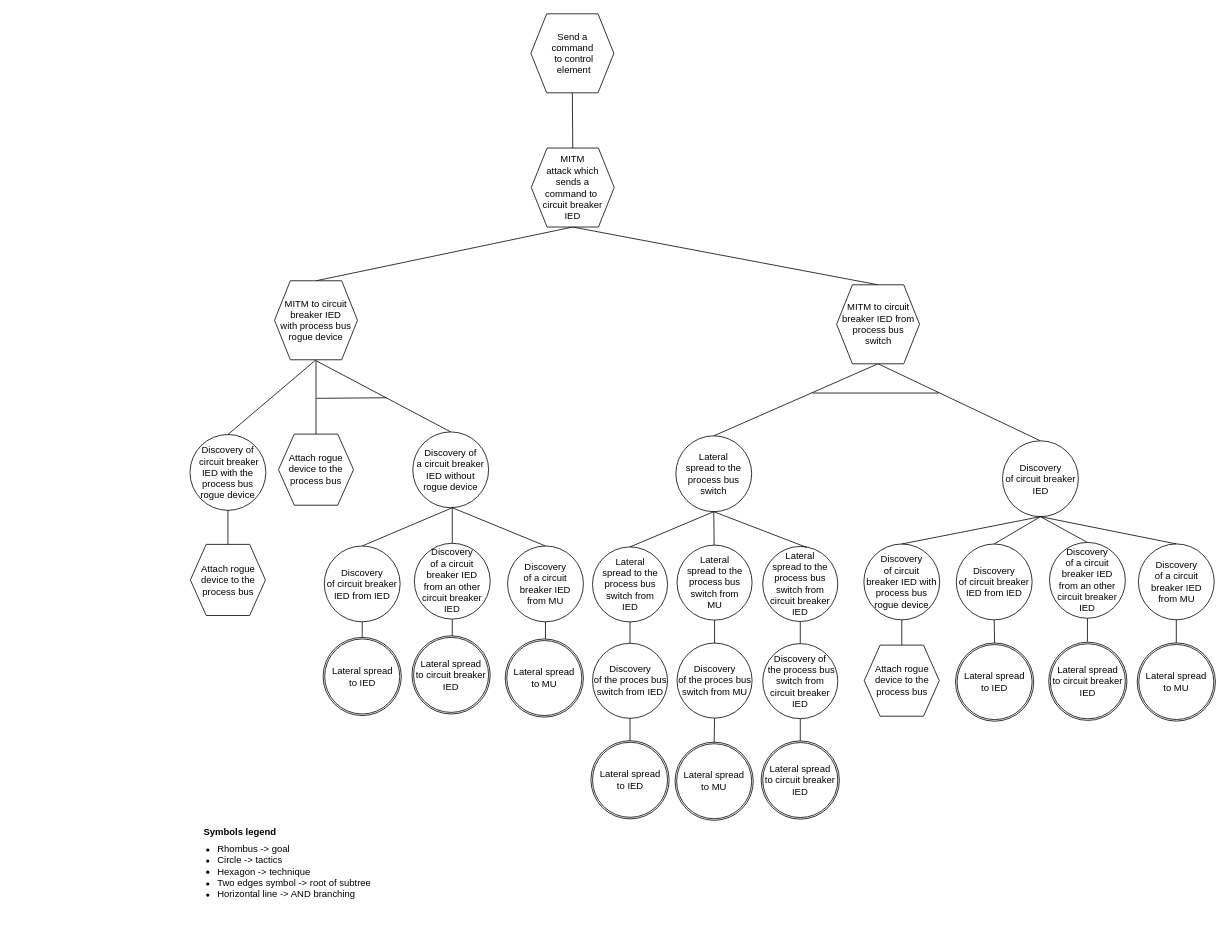
Above: drawIO_trees/solution_5_4.drawio in mihaelM/Attack_trees (draw.io), before the change. Source tidied: cells renumbered, new cells numbered last; positions are measured from the earlier drawing's top-left corner, leaving out a move shared by most shapes. Both pictures are drawn from the tidied source at 79%, with x=0, y=0 at pixel (184, 13).
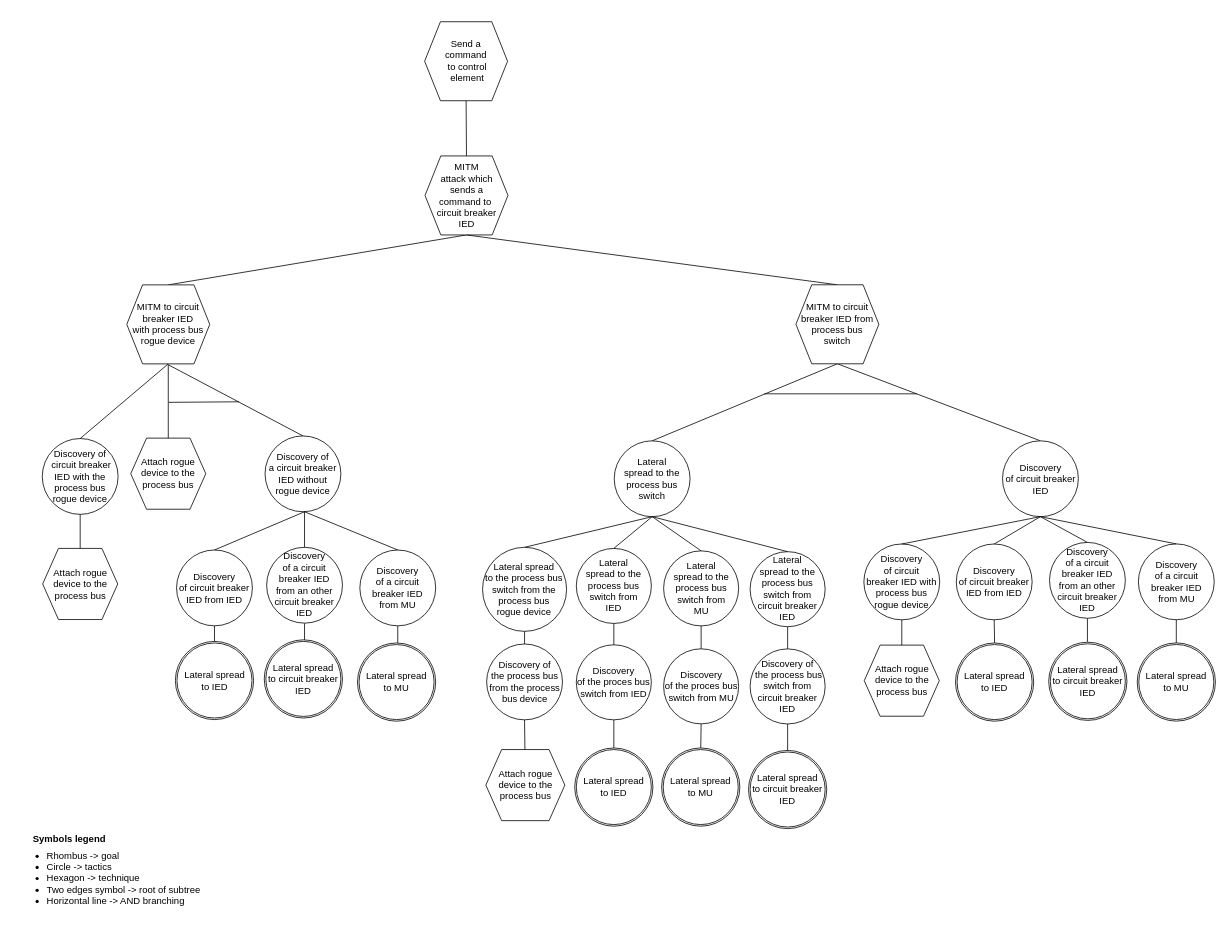
The same page after the edit.

The edit, as a diff of the source:
```diff
@@
     <mxCell id="2" value="&lt;span style=&quot;font-family: &amp;#34;helvetica&amp;#34;&quot;&gt;Send a&lt;/span&gt;&lt;br style=&quot;font-family: &amp;#34;helvetica&amp;#34;&quot;&gt;&lt;span style=&quot;font-family: &amp;#34;helvetica&amp;#34;&quot;&gt;command&lt;/span&gt;&lt;br style=&quot;font-family: &amp;#34;helvetica&amp;#34;&quot;&gt;&lt;span style=&quot;font-family: &amp;#34;helvetica&amp;#34;&quot;&gt;&amp;nbsp;to control&lt;/span&gt;&lt;br style=&quot;font-family: &amp;#34;helvetica&amp;#34;&quot;&gt;&lt;span style=&quot;font-family: &amp;#34;helvetica&amp;#34;&quot;&gt;&amp;nbsp;element&lt;/span&gt;" style="shape=hexagon;perimeter=hexagonPerimeter2;whiteSpace=wrap;html=1;fixedSize=1;" parent="1" vertex="1">
-      <mxGeometry x="438.5" width="105" height="100" as="geometry" />
+      <mxGeometry x="304" y="10" width="105" height="100" as="geometry" />
     </mxCell>
     <mxCell id="3" value="&lt;ul&gt;&lt;li&gt;&lt;span&gt;Rhombus -&amp;gt; goal&lt;/span&gt;&lt;/li&gt;&lt;li&gt;&lt;span&gt;Circle -&amp;gt; tactics&lt;/span&gt;&lt;br&gt;&lt;/li&gt;&lt;li&gt;Hexagon -&amp;gt; technique&lt;/li&gt;&lt;li&gt;Two edges symbol -&amp;gt; root of subtree&lt;/li&gt;&lt;li&gt;Horizontal line -&amp;gt; AND branching&lt;/li&gt;&lt;/ul&gt;" style="text;strokeColor=none;fillColor=none;html=1;whiteSpace=wrap;verticalAlign=middle;overflow=hidden;fontSize=12;" parent="1" vertex="1">
-      <mxGeometry y="1023.4" width="256" height="124.6" as="geometry" />
+      <mxGeometry x="-216" y="1031.9" width="256" height="124.6" as="geometry" />
     </mxCell>
@@
     <mxCell id="6" value="MITM &lt;br&gt;attack which&lt;br&gt;sends a &lt;br&gt;command to&amp;nbsp;&lt;br&gt;circuit breaker &lt;br&gt;IED" style="shape=hexagon;perimeter=hexagonPerimeter2;whiteSpace=wrap;html=1;fixedSize=1;" parent="1" vertex="1">
-      <mxGeometry x="439" y="169.9" width="105" height="100" as="geometry" />
+      <mxGeometry x="304.5" y="179.9" width="105" height="100" as="geometry" />
     </mxCell>
     <mxCell id="7" value="Lateral&lt;br&gt;&amp;nbsp;spread to the&amp;nbsp;&lt;br&gt;process bus switch" style="ellipse;whiteSpace=wrap;html=1;" parent="1" vertex="1">
-      <mxGeometry x="622" y="534.2" width="96" height="96" as="geometry" />
+      <mxGeometry x="544" y="540.5" width="96" height="96" as="geometry" />
     </mxCell>
@@
     <mxCell id="10" style="endArrow=none;html=1;rounded=0;" parent="1" edge="1">
       <mxGeometry relative="1" as="geometry">
-        <mxPoint x="795" y="480" as="sourcePoint" />
-        <mxPoint x="955" y="480" as="targetPoint" />
+        <mxPoint x="734" y="481" as="sourcePoint" />
+        <mxPoint x="927" y="481" as="targetPoint" />
       </mxGeometry>
     </mxCell>
@@
     <mxCell id="13" value="MITM to circuit breaker IED from process bus &lt;br&gt;switch" style="shape=hexagon;perimeter=hexagonPerimeter2;whiteSpace=wrap;html=1;fixedSize=1;" parent="1" vertex="1">
-      <mxGeometry x="825.5" y="343" width="105" height="100" as="geometry" />
+      <mxGeometry x="774" y="343" width="105" height="100" as="geometry" />
     </mxCell>
@@
     <mxCell id="20" value="Attach rogue device to the process bus" style="shape=hexagon;perimeter=hexagonPerimeter2;whiteSpace=wrap;html=1;fixedSize=1;" parent="1" vertex="1">
-      <mxGeometry x="7.5" y="671.6" width="95" height="90" as="geometry" />
+      <mxGeometry x="-179.5" y="676.7" width="95" height="90" as="geometry" />
     </mxCell>
     <mxCell id="21" value="Discovery of&lt;br&gt;&amp;nbsp;circuit breaker IED with the process bus &lt;br&gt;rogue&amp;nbsp;device" style="ellipse;whiteSpace=wrap;html=1;" parent="1" vertex="1">
-      <mxGeometry x="7" y="532.5" width="96" height="96" as="geometry" />
+      <mxGeometry x="-180" y="537.6" width="96" height="96" as="geometry" />
     </mxCell>
@@
     <mxCell id="24" value="MITM to circuit breaker IED &lt;br&gt;with process bus &lt;br&gt;rogue device" style="shape=hexagon;perimeter=hexagonPerimeter2;whiteSpace=wrap;html=1;fixedSize=1;" parent="1" vertex="1">
-      <mxGeometry x="114" y="337.9" width="105" height="100" as="geometry" />
+      <mxGeometry x="-73" y="343.1" width="105" height="100" as="geometry" />
     </mxCell>
@@
-    <mxCell id="30" style="endArrow=none;html=1;rounded=0;exitX=0.5;exitY=1;exitDx=0;exitDy=0;" parent="1" edge="1" source="31">
-      <mxGeometry relative="1" as="geometry">
-        <mxPoint x="564" y="923" as="targetPoint" />
-      </mxGeometry>
+    <mxCell id="30" style="endArrow=none;html=1;rounded=0;exitX=0.5;exitY=1;exitDx=0;exitDy=0;entryX=0.5;entryY=0;entryDx=0;entryDy=0;" parent="1" edge="1" source="31" target="67">
+      <mxGeometry relative="1" as="geometry" />
     </mxCell>
     <mxCell id="31" value="Discovery&lt;br&gt;of the proces bus switch from IED" style="ellipse;whiteSpace=wrap;html=1;" parent="1" vertex="1">
-      <mxGeometry x="516.5" y="796.8" width="95" height="95" as="geometry" />
+      <mxGeometry x="496" y="798.7" width="95" height="95" as="geometry" />
     </mxCell>
     <mxCell id="32" value="Lateral&lt;br&gt;&amp;nbsp;spread to the&amp;nbsp;&lt;br&gt;process bus switch from &lt;br&gt;IED" style="ellipse;whiteSpace=wrap;html=1;" parent="1" vertex="1">
-      <mxGeometry x="516.5" y="674.8" width="95" height="95" as="geometry" />
+      <mxGeometry x="496" y="676.7" width="95" height="95" as="geometry" />
     </mxCell>
@@
     <mxCell id="36" value="Discovery&lt;br&gt;of the proces bus switch from MU" style="ellipse;whiteSpace=wrap;html=1;" parent="1" vertex="1">
-      <mxGeometry x="623.5" y="796.5" width="95" height="95" as="geometry" />
+      <mxGeometry x="606.5" y="803.8" width="95" height="95" as="geometry" />
     </mxCell>
     <mxCell id="37" value="Lateral&lt;br&gt;&amp;nbsp;spread to the&amp;nbsp;&lt;br&gt;process bus switch from &lt;br&gt;MU" style="ellipse;whiteSpace=wrap;html=1;" parent="1" vertex="1">
-      <mxGeometry x="623.5" y="672.5" width="95" height="95" as="geometry" />
+      <mxGeometry x="606.5" y="679.8" width="95" height="95" as="geometry" />
     </mxCell>
@@
-    <mxCell id="39" style="endArrow=none;html=1;rounded=0;entryX=0.5;entryY=1;entryDx=0;entryDy=0;" parent="1" edge="1" source="37" target="7">
+    <mxCell id="39" style="endArrow=none;html=1;rounded=0;entryX=0.5;entryY=1;entryDx=0;entryDy=0;exitX=0.5;exitY=0;exitDx=0;exitDy=0;" parent="1" edge="1" source="37" target="7">
       <mxGeometry relative="1" as="geometry" />
     </mxCell>
@@
     <mxCell id="41" value="Discovery of&lt;br&gt;&amp;nbsp;the process&amp;nbsp;bus switch from circuit breaker IED" style="ellipse;whiteSpace=wrap;html=1;" parent="1" vertex="1">
-      <mxGeometry x="732" y="797.2" width="95" height="95" as="geometry" />
+      <mxGeometry x="716" y="803.9" width="95" height="95" as="geometry" />
     </mxCell>
     <mxCell id="42" value="Lateral&lt;br&gt;&amp;nbsp;spread to the&amp;nbsp;&lt;br&gt;process bus switch from &lt;br&gt;circuit breaker IED" style="ellipse;whiteSpace=wrap;html=1;" parent="1" vertex="1">
-      <mxGeometry x="732" y="674.2" width="95" height="95" as="geometry" />
+      <mxGeometry x="716" y="680.8" width="95" height="95" as="geometry" />
     </mxCell>
@@
-    <mxCell id="44" style="endArrow=none;html=1;rounded=0;exitX=0.589;exitY=0.014;exitDx=0;exitDy=0;exitPerimeter=0;entryX=0.5;entryY=1;entryDx=0;entryDy=0;" parent="1" edge="1" source="42" target="7">
+    <mxCell id="44" style="endArrow=none;html=1;rounded=0;entryX=0.5;entryY=1;entryDx=0;entryDy=0;exitX=0.5;exitY=0;exitDx=0;exitDy=0;" parent="1" edge="1" source="42" target="7">
       <mxGeometry relative="1" as="geometry" />
     </mxCell>
     <mxCell id="45" value="Discovery of&lt;br&gt;a circuit breaker IED without rogue device" style="ellipse;whiteSpace=wrap;html=1;" parent="1" vertex="1">
-      <mxGeometry x="289" y="529.2" width="96" height="96" as="geometry" />
+      <mxGeometry x="102" y="534.3" width="96" height="96" as="geometry" />
     </mxCell>
     <mxCell id="46" style="endArrow=none;html=1;rounded=0;exitX=0.5;exitY=1;exitDx=0;exitDy=0;entryX=0.5;entryY=0;entryDx=0;entryDy=0;" parent="1" edge="1" target="45">
       <mxGeometry relative="1" as="geometry">
-        <mxPoint x="166.5" y="439.1" as="sourcePoint" />
+        <mxPoint x="-20.5" y="444.2" as="sourcePoint" />
       </mxGeometry>
     </mxCell>
     <mxCell id="47" value="Attach rogue device to the process bus" style="shape=hexagon;perimeter=hexagonPerimeter2;whiteSpace=wrap;html=1;fixedSize=1;" parent="1" vertex="1">
-      <mxGeometry x="119" y="532" width="95" height="90" as="geometry" />
+      <mxGeometry x="-68" y="537.1" width="95" height="90" as="geometry" />
     </mxCell>
     <mxCell id="48" style="endArrow=none;html=1;rounded=0;entryX=0.5;entryY=0;entryDx=0;entryDy=0;exitX=0.5;exitY=1;exitDx=0;exitDy=0;" parent="1" edge="1" target="47">
       <mxGeometry relative="1" as="geometry">
-        <mxPoint x="166.5" y="439.1" as="sourcePoint" />
+        <mxPoint x="-20.5" y="444.2" as="sourcePoint" />
       </mxGeometry>
     </mxCell>
     <mxCell id="49" style="endArrow=none;html=1;rounded=0;" parent="1" edge="1">
       <mxGeometry relative="1" as="geometry">
-        <mxPoint x="167" y="486.7" as="sourcePoint" />
-        <mxPoint x="256" y="486" as="targetPoint" />
+        <mxPoint x="-20" y="491.8" as="sourcePoint" />
+        <mxPoint x="69" y="491.1" as="targetPoint" />
       </mxGeometry>
     </mxCell>
     <mxCell id="50" style="endArrow=none;html=1;rounded=0;entryX=0.5;entryY=0;entryDx=0;entryDy=0;exitX=0.5;exitY=1;exitDx=0;exitDy=0;startArrow=none;" parent="1" edge="1" source="51">
       <mxGeometry relative="1" as="geometry">
-        <mxPoint x="225" y="792.3" as="targetPoint" />
+        <mxPoint x="38" y="797.4" as="targetPoint" />
       </mxGeometry>
     </mxCell>
     <mxCell id="51" value="Discovery&lt;br&gt;of circuit breaker IED from IED" style="ellipse;whiteSpace=wrap;html=1;" parent="1" vertex="1">
-      <mxGeometry x="177" y="673.6" width="96" height="96" as="geometry" />
+      <mxGeometry x="-10" y="678.7" width="96" height="96" as="geometry" />
     </mxCell>
     <mxCell id="52" style="endArrow=none;html=1;rounded=0;exitX=0.5;exitY=1;exitDx=0;exitDy=0;startArrow=none;entryX=0.5;entryY=0;entryDx=0;entryDy=0;" parent="1" edge="1" target="51">
       <mxGeometry relative="1" as="geometry">
-        <mxPoint x="339" y="625.2" as="sourcePoint" />
+        <mxPoint x="152" y="630.3" as="sourcePoint" />
       </mxGeometry>
     </mxCell>
     <mxCell id="53" style="endArrow=none;html=1;rounded=0;exitX=0.5;exitY=1;exitDx=0;exitDy=0;entryX=0.5;entryY=0;entryDx=0;entryDy=0;" parent="1" edge="1" source="54">
       <mxGeometry relative="1" as="geometry">
-        <mxPoint x="339" y="789.3" as="targetPoint" />
+        <mxPoint x="152" y="794.4" as="targetPoint" />
       </mxGeometry>
     </mxCell>
     <mxCell id="54" value="Discovery&lt;br&gt;of a circuit breaker IED &lt;br&gt;from an other circuit breaker IED" style="ellipse;whiteSpace=wrap;html=1;" parent="1" vertex="1">
-      <mxGeometry x="291" y="670.2" width="96" height="96" as="geometry" />
+      <mxGeometry x="104" y="675.3" width="96" height="96" as="geometry" />
     </mxCell>
     <mxCell id="55" style="endArrow=none;html=1;rounded=0;exitX=0.5;exitY=1;exitDx=0;exitDy=0;startArrow=none;entryX=0.5;entryY=0;entryDx=0;entryDy=0;" parent="1" edge="1" target="54">
       <mxGeometry relative="1" as="geometry">
-        <mxPoint x="339" y="625.2" as="sourcePoint" />
+        <mxPoint x="152" y="630.3" as="sourcePoint" />
       </mxGeometry>
     </mxCell>
     <mxCell id="56" style="endArrow=none;html=1;rounded=0;exitX=0.5;exitY=1;exitDx=0;exitDy=0;entryX=0.5;entryY=0;entryDx=0;entryDy=0;" parent="1" edge="1" source="57">
       <mxGeometry relative="1" as="geometry">
-        <mxPoint x="457" y="792.7" as="targetPoint" />
+        <mxPoint x="270" y="797.9" as="targetPoint" />
       </mxGeometry>
     </mxCell>
     <mxCell id="57" value="Discovery&lt;br&gt;of a circuit breaker IED &lt;br&gt;from MU" style="ellipse;whiteSpace=wrap;html=1;" parent="1" vertex="1">
-      <mxGeometry x="409" y="673.6" width="96" height="96" as="geometry" />
+      <mxGeometry x="222" y="678.7" width="96" height="96" as="geometry" />
     </mxCell>
     <mxCell id="58" style="endArrow=none;html=1;rounded=0;startArrow=none;entryX=0.5;entryY=0;entryDx=0;entryDy=0;exitX=0.5;exitY=1;exitDx=0;exitDy=0;" parent="1" edge="1" target="57">
       <mxGeometry relative="1" as="geometry">
-        <mxPoint x="339" y="625.2" as="sourcePoint" />
+        <mxPoint x="152" y="630.3" as="sourcePoint" />
       </mxGeometry>
     </mxCell>
     <mxCell id="59" value="&lt;font style=&quot;font-size: 12px&quot;&gt;Symbols legend&lt;/font&gt;" style="text;strokeColor=none;fillColor=none;html=1;fontSize=24;fontStyle=1;verticalAlign=middle;align=center;" parent="1" vertex="1">
-      <mxGeometry x="20" y="1012.4" width="100" height="40" as="geometry" />
+      <mxGeometry x="-196" y="1020.9" width="100" height="40" as="geometry" />
     </mxCell>
     <mxCell id="60" style="ellipse;whiteSpace=wrap;html=1;" parent="1" vertex="1">
-      <mxGeometry x="175.5" y="789.3" width="99" height="99" as="geometry" />
+      <mxGeometry x="-11.5" y="794.4" width="99" height="99" as="geometry" />
     </mxCell>
     <mxCell id="61" value="Lateral spread&lt;br&gt;to IED" style="ellipse;whiteSpace=wrap;html=1;" parent="1" vertex="1">
-      <mxGeometry x="177.5" y="791.3" width="95" height="95" as="geometry" />
+      <mxGeometry x="-9.5" y="796.4" width="95" height="95" as="geometry" />
     </mxCell>
     <mxCell id="62" style="ellipse;whiteSpace=wrap;html=1;" parent="1" vertex="1">
-      <mxGeometry x="288" y="787.3" width="99" height="99" as="geometry" />
+      <mxGeometry x="101" y="792.4" width="99" height="99" as="geometry" />
     </mxCell>
     <mxCell id="63" value="Lateral spread&lt;br&gt;to circuit breaker IED" style="ellipse;whiteSpace=wrap;html=1;" parent="1" vertex="1">
-      <mxGeometry x="290" y="789.3" width="95" height="95" as="geometry" />
+      <mxGeometry x="103" y="794.4" width="95" height="95" as="geometry" />
     </mxCell>
     <mxCell id="64" style="ellipse;whiteSpace=wrap;html=1;" parent="1" vertex="1">
-      <mxGeometry x="406" y="791.3" width="99" height="99" as="geometry" />
+      <mxGeometry x="219" y="796.4" width="99" height="99" as="geometry" />
     </mxCell>
     <mxCell id="65" value="Lateral spread&lt;br&gt;to MU" style="ellipse;whiteSpace=wrap;html=1;" parent="1" vertex="1">
-      <mxGeometry x="408" y="793.3" width="95" height="95" as="geometry" />
+      <mxGeometry x="221" y="798.4" width="95" height="95" as="geometry" />
     </mxCell>
     <mxCell id="66" style="ellipse;whiteSpace=wrap;html=1;" parent="1" vertex="1">
-      <mxGeometry x="514.5" y="920.1" width="99" height="99" as="geometry" />
+      <mxGeometry x="494" y="929.3" width="99" height="99" as="geometry" />
     </mxCell>
     <mxCell id="67" value="Lateral spread&lt;br&gt;to IED" style="ellipse;whiteSpace=wrap;html=1;" parent="1" vertex="1">
-      <mxGeometry x="516.5" y="922.1" width="95" height="95" as="geometry" />
+      <mxGeometry x="496" y="931.3" width="95" height="95" as="geometry" />
     </mxCell>
     <mxCell id="68" style="ellipse;whiteSpace=wrap;html=1;" parent="1" vertex="1">
-      <mxGeometry x="621" y="921.9" width="99" height="99" as="geometry" />
+      <mxGeometry x="604" y="929.3" width="99" height="99" as="geometry" />
     </mxCell>
     <mxCell id="69" value="Lateral spread&lt;br&gt;to MU" style="ellipse;whiteSpace=wrap;html=1;" parent="1" vertex="1">
-      <mxGeometry x="623" y="923.9" width="95" height="95" as="geometry" />
+      <mxGeometry x="606" y="931.3" width="95" height="95" as="geometry" />
     </mxCell>
     <mxCell id="70" style="ellipse;whiteSpace=wrap;html=1;" parent="1" vertex="1">
-      <mxGeometry x="730" y="920.4" width="99" height="99" as="geometry" />
+      <mxGeometry x="714" y="932.4" width="99" height="99" as="geometry" />
     </mxCell>
     <mxCell id="71" value="Lateral spread&lt;br&gt;to circuit breaker IED" style="ellipse;whiteSpace=wrap;html=1;" parent="1" vertex="1">
-      <mxGeometry x="732" y="922.4" width="95" height="95" as="geometry" />
+      <mxGeometry x="716" y="934.4" width="95" height="95" as="geometry" />
     </mxCell>
@@
+    <mxCell id="80" style="endArrow=none;html=1;rounded=0;entryX=0.5;entryY=0;entryDx=0;entryDy=0;exitX=0.5;exitY=1;exitDx=0;exitDy=0;" parent="1" edge="1" source="7" target="81">
+      <mxGeometry relative="1" as="geometry" />
+    </mxCell>
+    <mxCell id="81" value="Lateral spread &lt;br&gt;to the process bus switch from the process bus &lt;br&gt;rogue device" style="ellipse;whiteSpace=wrap;html=1;" parent="1" vertex="1">
+      <mxGeometry x="377.3" y="675.3" width="106.4" height="106.4" as="geometry" />
+    </mxCell>
+    <mxCell id="82" value="Discovery of &lt;br&gt;the process bus from the process bus device" style="ellipse;whiteSpace=wrap;html=1;" parent="1" vertex="1">
+      <mxGeometry x="382.5" y="797.7" width="96" height="96" as="geometry" />
+    </mxCell>
+    <mxCell id="83" value="Attach rogue device to the process bus" style="shape=hexagon;perimeter=hexagonPerimeter2;whiteSpace=wrap;html=1;fixedSize=1;" parent="1" vertex="1">
+      <mxGeometry x="381.5" y="931.3" width="100" height="90" as="geometry" />
+    </mxCell>
+    <mxCell id="84" style="endArrow=none;html=1;rounded=0;entryX=0.5;entryY=1;entryDx=0;entryDy=0;" parent="1" edge="1" source="83" target="82">
+      <mxGeometry relative="1" as="geometry" />
+    </mxCell>
+    <mxCell id="85" style="endArrow=none;html=1;rounded=0;entryX=0.5;entryY=1;entryDx=0;entryDy=0;exitX=0.5;exitY=0;exitDx=0;exitDy=0;" parent="1" edge="1" source="82" target="81">
+      <mxGeometry relative="1" as="geometry" />
+    </mxCell>
```
